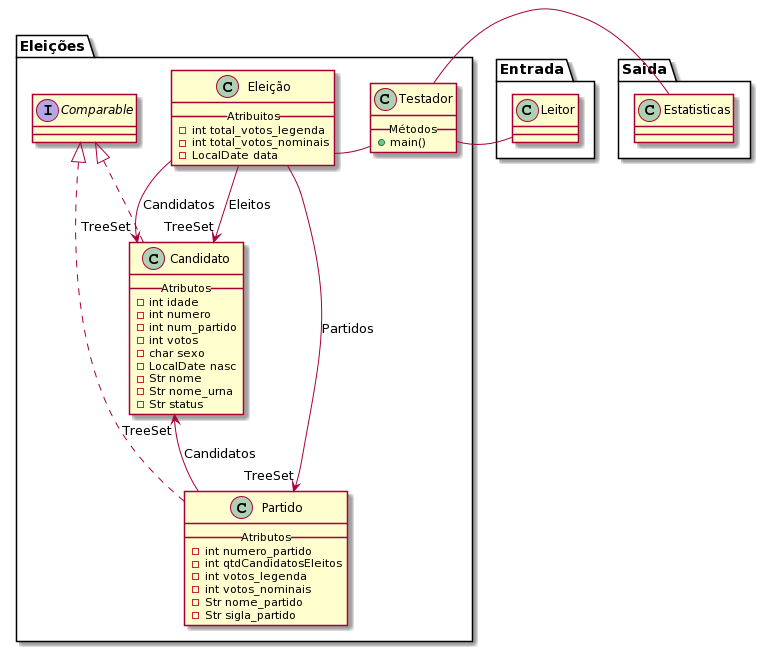
F-Azevedo/Prog3-Trabalho1 keeps this PlantUML diagram as UML/SemMetodo.png. Above is the earlier version.
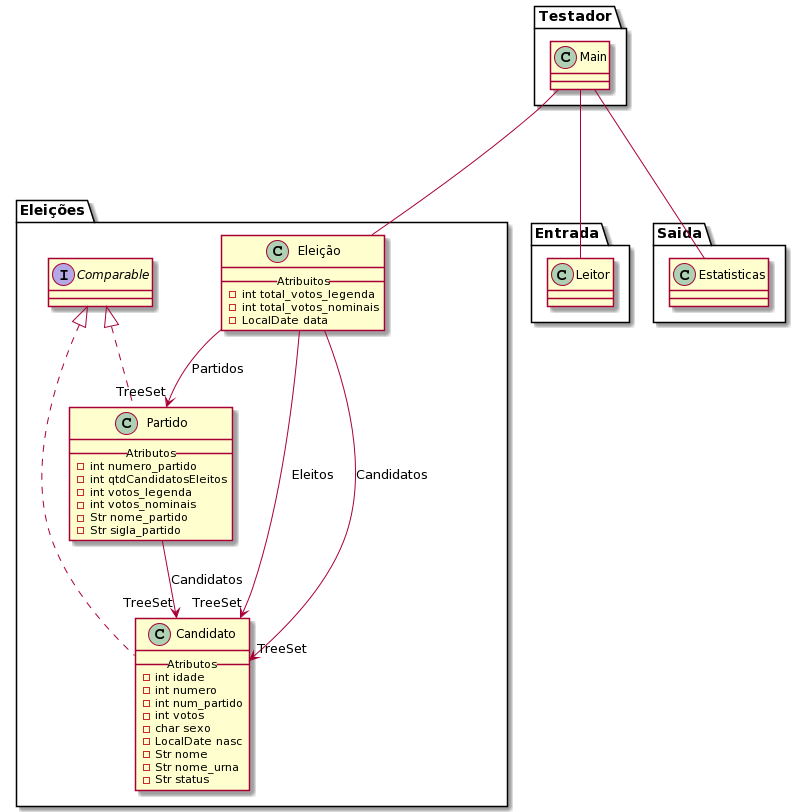
After the commit.

The edit, as a diff of the source:
```diff
@@ -1,4 +1,11 @@
 @startuml
+package "Testador"{
+
+Class Main{
+}
+
+}
+
 package "Eleições"{
 
 Class Eleição{
@@ -32,11 +39,6 @@
 - Str status
 }
 
-Class Testador{
-__Métodos__
-+ main()
-}
-
 }
 
 package "Entrada"{
@@ -53,9 +55,10 @@
 
 }
 
-Testador - Eleição
-Testador - Leitor
-Testador - Estatisticas
+Main --- Eleição
+Main --- Leitor
+Main --- Estatisticas
+
 
 Eleição --> "TreeSet" Candidato : Eleitos
 Eleição --> "TreeSet" Candidato : Candidatos
@@ -63,7 +66,6 @@
 Partido --> "TreeSet" Candidato : Candidatos
 
 together {
- class Testador
  class Partido
  class Candidato
  class Eleição
@@ -71,5 +73,4 @@
 
 Candidato -[hidden]- Partido
 Partido -[hidden]- Eleição
-Eleição -[hidden]- Testador
 @enduml
```
